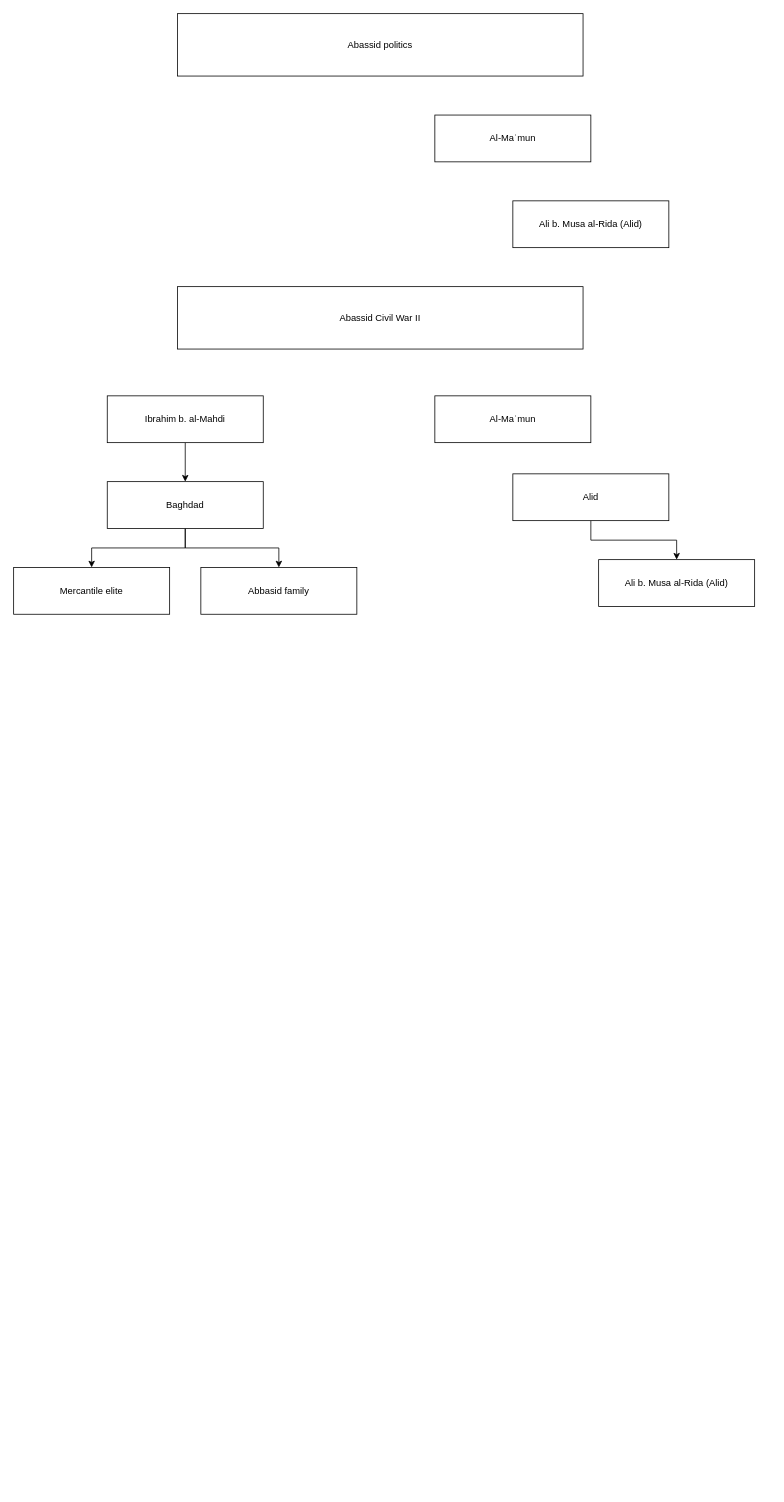
Above: page "Al-Ma'mun" (22 of 22) of Islam Groupings.drawio in azryzdy/hobbies (draw.io), before the change. Source tidied: cells renumbered, new cells numbered last; positions are measured from the earlier drawing's top-left corner, leaving out a move shared by most shapes. Both pictures are drawn from the tidied source at 78%, with x=0, y=0 at pixel (13, 13).
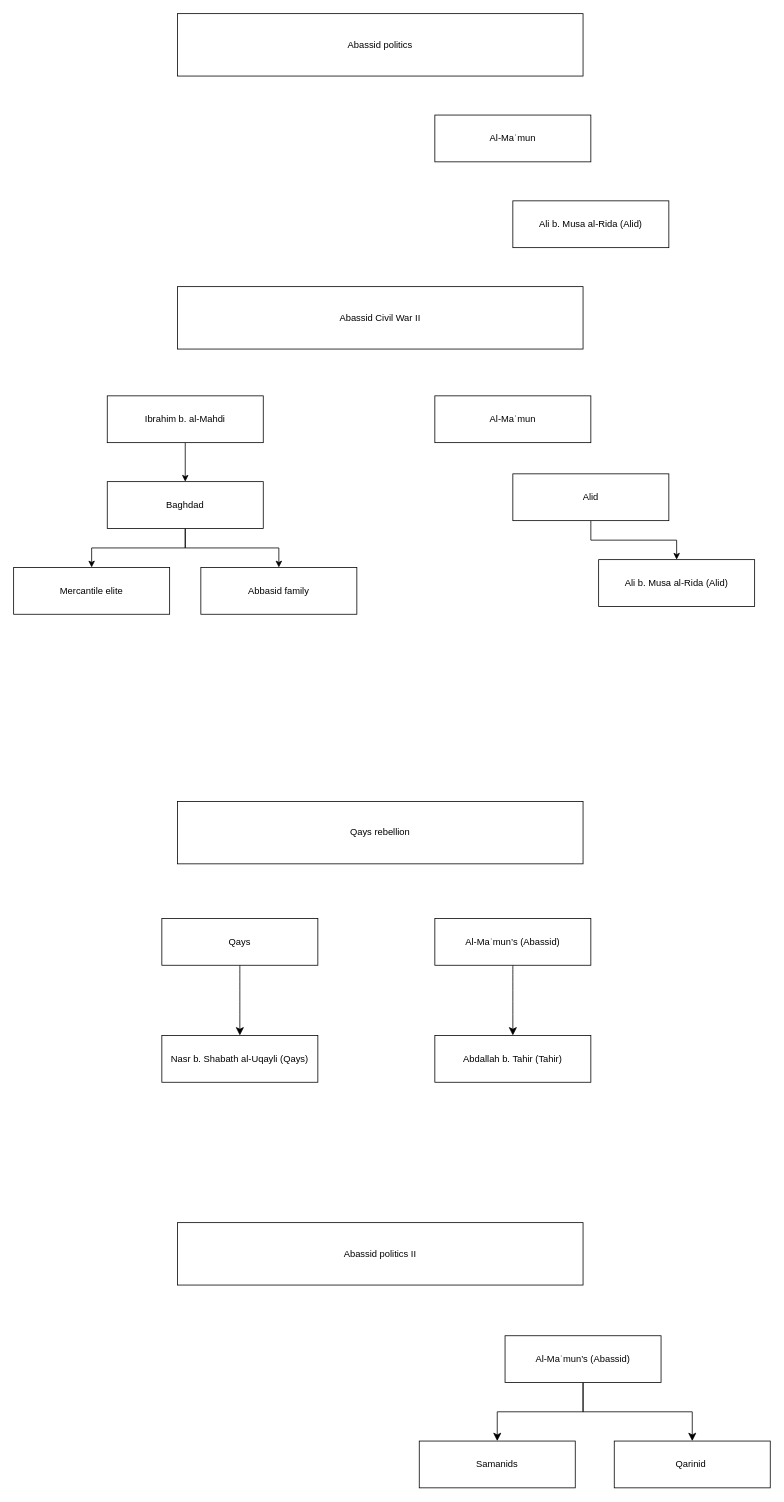
The same page after the edit.

Change to the diagram source:
```diff
@@
+    <mxCell id="17" value="Qays rebellion" style="rounded=0;whiteSpace=wrap;html=1;" parent="1" vertex="1">
+      <mxGeometry x="210" y="1010" width="520" height="80" as="geometry" />
+    </mxCell>
+    <mxCell id="18" value="Abdallah b. Tahir (Tahir)" style="rounded=0;whiteSpace=wrap;html=1;" parent="1" vertex="1">
+      <mxGeometry x="540" y="1310" width="200" height="60" as="geometry" />
+    </mxCell>
+    <mxCell id="19" value="Nasr b. Shabath al-Uqayli (Qays)" style="rounded=0;whiteSpace=wrap;html=1;" parent="1" vertex="1">
+      <mxGeometry x="190" y="1310" width="200" height="60" as="geometry" />
+    </mxCell>
+    <mxCell id="20" style="edgeStyle=none;curved=1;rounded=0;jettySize=auto;html=1;entryX=0.5;entryY=0;entryDx=0;entryDy=0;fontSize=12;startSize=8;endSize=8;" parent="1" edge="1" source="21" target="18">
+      <mxGeometry relative="1" as="geometry" />
+    </mxCell>
+    <mxCell id="21" value="Al-Maʾmun’s (Abassid) " style="rounded=0;whiteSpace=wrap;html=1;" parent="1" vertex="1">
+      <mxGeometry x="540" y="1160" width="200" height="60" as="geometry" />
+    </mxCell>
+    <mxCell id="22" style="edgeStyle=none;curved=1;rounded=0;jettySize=auto;html=1;entryX=0.5;entryY=0;entryDx=0;entryDy=0;fontSize=12;startSize=8;endSize=8;" parent="1" edge="1" source="23" target="19">
+      <mxGeometry relative="1" as="geometry" />
+    </mxCell>
+    <mxCell id="23" value="Qays" style="rounded=0;whiteSpace=wrap;html=1;" parent="1" vertex="1">
+      <mxGeometry x="190" y="1160" width="200" height="60" as="geometry" />
+    </mxCell>
+    <mxCell id="24" value="Abassid politics II" style="rounded=0;whiteSpace=wrap;html=1;" parent="1" vertex="1">
+      <mxGeometry x="210" y="1550" width="520" height="80" as="geometry" />
+    </mxCell>
+    <mxCell id="25" style="edgeStyle=orthogonalEdgeStyle;rounded=0;jettySize=auto;html=1;entryX=0.5;entryY=0;entryDx=0;entryDy=0;fontSize=12;startSize=8;endSize=8;" parent="1" edge="1" source="27" target="29">
+      <mxGeometry relative="1" as="geometry" />
+    </mxCell>
+    <mxCell id="26" style="edgeStyle=orthogonalEdgeStyle;rounded=0;jettySize=auto;html=1;entryX=0.5;entryY=0;entryDx=0;entryDy=0;fontSize=12;startSize=8;endSize=8;" parent="1" edge="1" source="27" target="28">
+      <mxGeometry relative="1" as="geometry" />
+    </mxCell>
+    <mxCell id="27" value="Al-Maʾmun’s (Abassid) " style="rounded=0;whiteSpace=wrap;html=1;" parent="1" vertex="1">
+      <mxGeometry x="630" y="1695" width="200" height="60" as="geometry" />
+    </mxCell>
+    <mxCell id="28" value="Samanids" style="rounded=0;whiteSpace=wrap;html=1;" parent="1" vertex="1">
+      <mxGeometry x="520" y="1830" width="200" height="60" as="geometry" />
+    </mxCell>
+    <mxCell id="29" value="Qarinid&amp;nbsp;" style="rounded=0;whiteSpace=wrap;html=1;" parent="1" vertex="1">
+      <mxGeometry x="770" y="1830" width="200" height="60" as="geometry" />
+    </mxCell>
```
